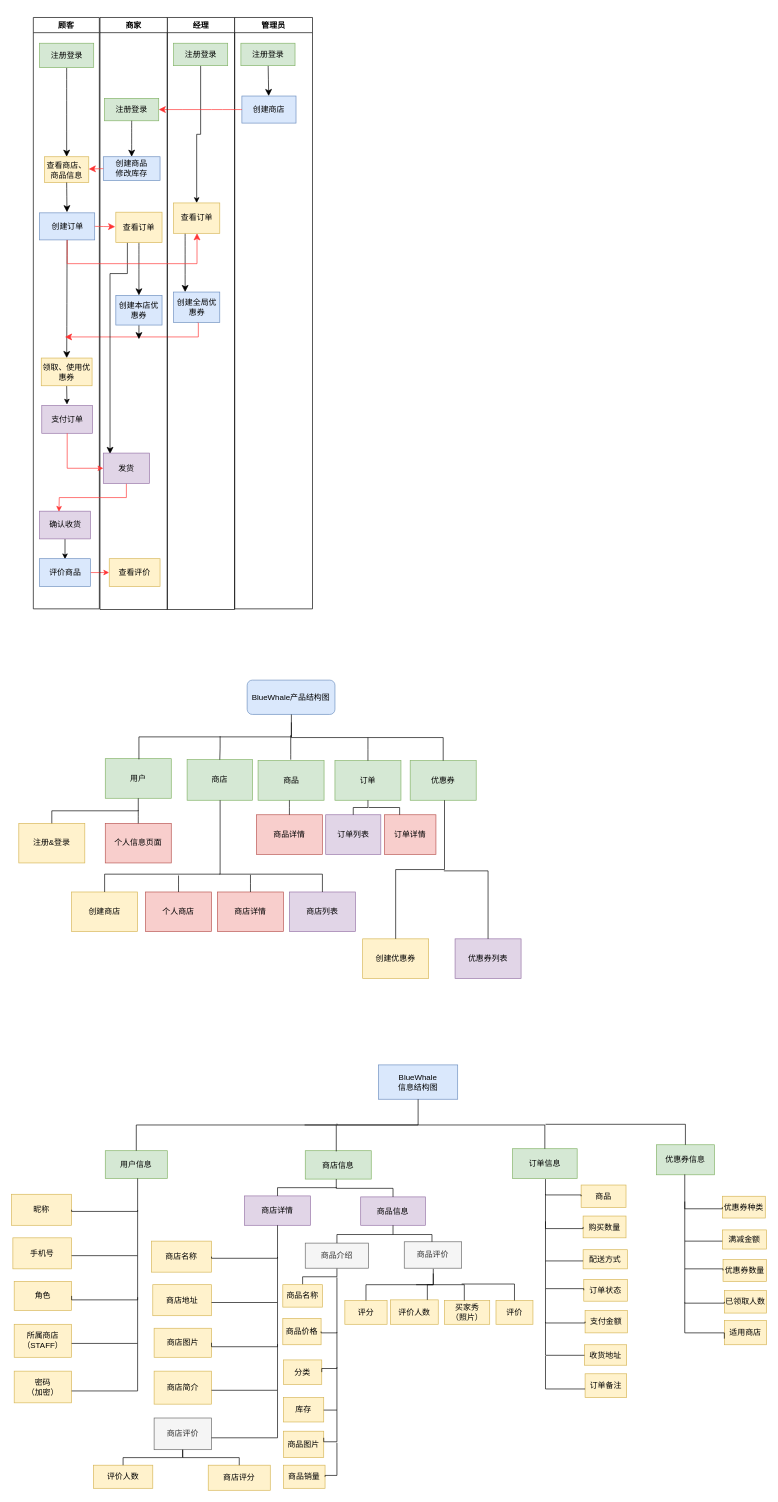
Before: hm.drawio in 2458469953/SE2_picture, a draw.io diagram. Source tidied: cells renumbered, new cells numbered last; positions are measured from the earlier drawing's top-left corner, leaving out a move shared by most shapes. Both pictures are drawn from the tidied source at 66%, with x=0, y=0 at pixel (11, 17).
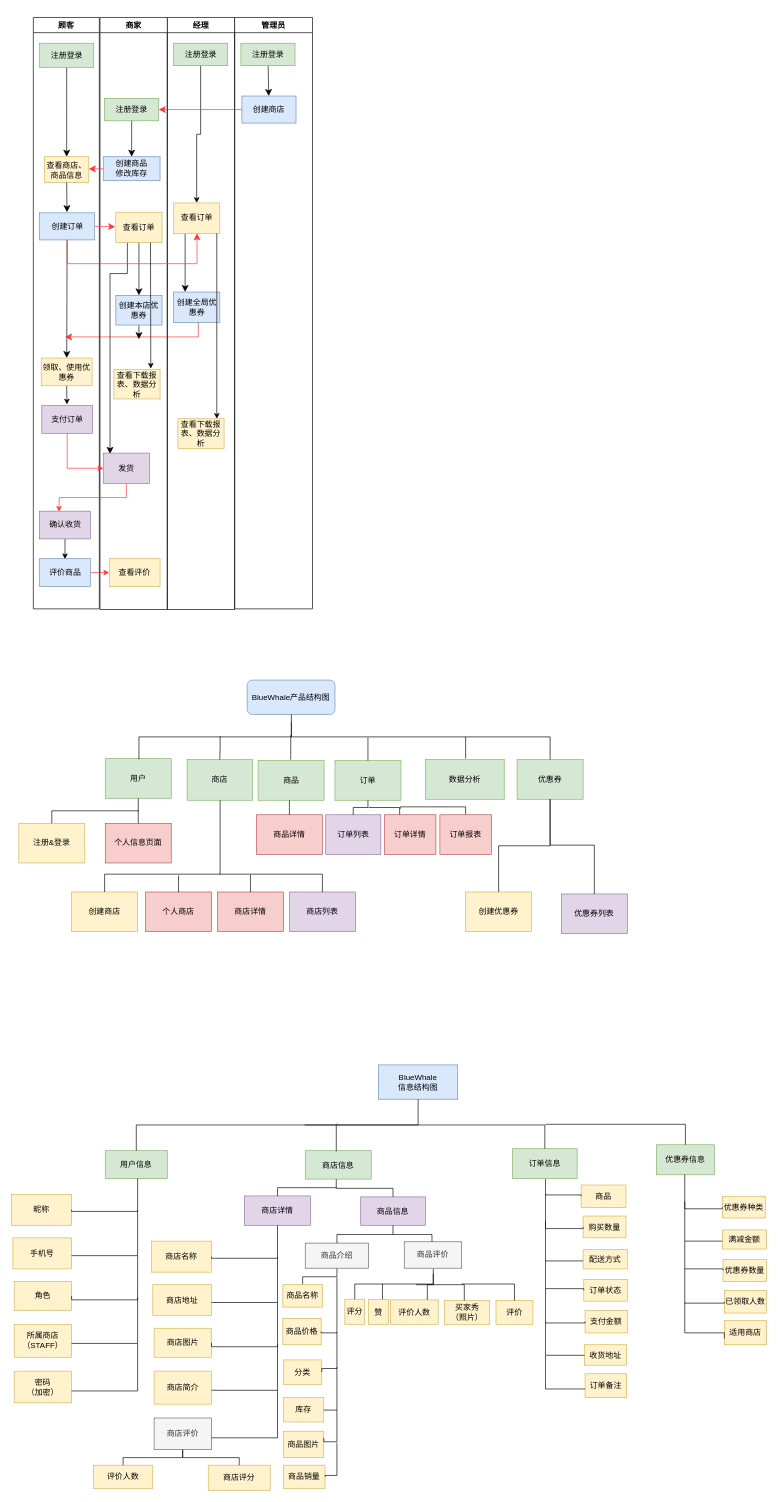
After the change.

The change refers to these unchanged cells:
```xml
<mxCell id="15" value="经理" style="swimlane;whiteSpace=wrap;html=1;" parent="1" vertex="1">
  <mxGeometry x="236" width="102" height="897" as="geometry" />
</mxCell>
<mxCell id="28" value="商家" style="swimlane;whiteSpace=wrap;html=1;" parent="1" vertex="1">
  <mxGeometry x="134" width="102" height="897" as="geometry" />
</mxCell>
<mxCell id="34" value="查看订单" style="rounded=0;whiteSpace=wrap;html=1;fillColor=#fff2cc;strokeColor=#d6b656;" parent="28" vertex="1">
  <mxGeometry x="24" y="295" width="70" height="46" as="geometry" />
</mxCell>
```

Change to the diagram source:
```diff
@@
+    <mxCell id="165" style="endArrow=classic;html=1;rounded=0;exitX=0.75;exitY=1;exitDx=0;exitDy=0;" parent="15" edge="1">
+      <mxGeometry relative="1" as="geometry">
+        <mxPoint x="75" y="327" as="sourcePoint" />
+        <mxPoint x="75" y="608" as="targetPoint" />
+      </mxGeometry>
+    </mxCell>
+    <mxCell id="166" value="查看下载报表、数据分析" style="rounded=0;whiteSpace=wrap;html=1;fillColor=#fff2cc;strokeColor=#d6b656;" parent="15" vertex="1">
+      <mxGeometry x="16" y="608" width="70" height="45" as="geometry" />
+    </mxCell>
@@
+    <mxCell id="167" value="查看下载报表、数据分析" style="rounded=0;whiteSpace=wrap;html=1;fillColor=#fff2cc;strokeColor=#d6b656;" parent="28" vertex="1">
+      <mxGeometry x="21" y="533" width="70" height="45" as="geometry" />
+    </mxCell>
@@
     <mxCell id="46" value="优惠券" style="whiteSpace=wrap;html=1;align=center;verticalAlign=middle;newEdgeStyle={&quot;edgeStyle&quot;:&quot;elbowEdgeStyle&quot;,&quot;startArrow&quot;:&quot;none&quot;,&quot;endArrow&quot;:&quot;none&quot;};fillColor=#d5e8d4;strokeColor=#82b366;" parent="1" vertex="1">
-      <mxGeometry x="604" y="1126" width="100" height="60" as="geometry" />
+      <mxGeometry x="766" y="1124.5" width="100" height="60" as="geometry" />
     </mxCell>
@@
     <mxCell id="74" value="创建优惠券" style="whiteSpace=wrap;html=1;align=center;verticalAlign=middle;newEdgeStyle={&quot;edgeStyle&quot;:&quot;elbowEdgeStyle&quot;,&quot;startArrow&quot;:&quot;none&quot;,&quot;endArrow&quot;:&quot;none&quot;};fillColor=#fff2cc;strokeColor=#d6b656;" parent="1" vertex="1">
-      <mxGeometry x="532" y="1396" width="100" height="60" as="geometry" />
+      <mxGeometry x="688" y="1325" width="100" height="60" as="geometry" />
     </mxCell>
-    <mxCell id="75" style="edgeStyle=elbowEdgeStyle;elbow=vertical;sourcePerimeterSpacing=0;targetPerimeterSpacing=0;startArrow=none;endArrow=none;rounded=0;curved=0;" parent="1" edge="1" target="74">
-      <mxGeometry relative="1" as="geometry">
-        <mxPoint x="656" y="1186" as="sourcePoint" />
-      </mxGeometry>
+    <mxCell id="75" style="edgeStyle=elbowEdgeStyle;elbow=vertical;sourcePerimeterSpacing=0;targetPerimeterSpacing=0;startArrow=none;endArrow=none;rounded=0;curved=0;exitX=0.5;exitY=1;exitDx=0;exitDy=0;" parent="1" edge="1" source="46" target="74">
+      <mxGeometry relative="1" as="geometry" />
     </mxCell>
     <mxCell id="76" value="优惠券列表" style="whiteSpace=wrap;html=1;align=center;verticalAlign=middle;newEdgeStyle={&quot;edgeStyle&quot;:&quot;elbowEdgeStyle&quot;,&quot;startArrow&quot;:&quot;none&quot;,&quot;endArrow&quot;:&quot;none&quot;};fillColor=#e1d5e7;strokeColor=#9673a6;" parent="1" vertex="1">
-      <mxGeometry x="672" y="1396" width="100" height="60" as="geometry" />
+      <mxGeometry x="833" y="1328" width="100" height="60" as="geometry" />
     </mxCell>
-    <mxCell id="77" style="edgeStyle=elbowEdgeStyle;elbow=vertical;sourcePerimeterSpacing=0;targetPerimeterSpacing=0;startArrow=none;endArrow=none;rounded=0;curved=0;entryX=0.5;entryY=0;entryDx=0;entryDy=0;" parent="1" edge="1" target="76">
+    <mxCell id="77" style="edgeStyle=elbowEdgeStyle;elbow=vertical;sourcePerimeterSpacing=0;targetPerimeterSpacing=0;startArrow=none;endArrow=none;rounded=0;curved=0;entryX=0.5;entryY=0;entryDx=0;entryDy=0;exitX=0.5;exitY=1;exitDx=0;exitDy=0;" parent="1" edge="1" source="46" target="76">
       <mxGeometry relative="1" as="geometry">
-        <mxPoint x="655" y="1293" as="sourcePoint" />
         <Array as="points">
-          <mxPoint x="702" y="1293" />
+          <mxPoint x="832" y="1254" />
         </Array>
       </mxGeometry>
     </mxCell>
@@
     <mxCell id="127" value="评分" style="whiteSpace=wrap;html=1;align=center;verticalAlign=middle;newEdgeStyle={&quot;edgeStyle&quot;:&quot;elbowEdgeStyle&quot;,&quot;startArrow&quot;:&quot;none&quot;,&quot;endArrow&quot;:&quot;none&quot;};fillColor=#fff2cc;strokeColor=#d6b656;" parent="1" vertex="1">
-      <mxGeometry x="505" y="1944" width="64" height="36" as="geometry" />
+      <mxGeometry x="505" y="1942" width="30" height="38" as="geometry" />
     </mxCell>
@@
+    <mxCell id="168" style="endArrow=none;html=1;rounded=0;edgeStyle=orthogonalEdgeStyle;exitX=0.5;exitY=0;exitDx=0;exitDy=0;" parent="1" edge="1" source="169">
+      <mxGeometry relative="1" as="geometry">
+        <mxPoint x="589" y="1199" as="targetPoint" />
+        <Array as="points">
+          <mxPoint x="688" y="1196" />
+          <mxPoint x="589" y="1196" />
+        </Array>
+      </mxGeometry>
+    </mxCell>
+    <mxCell id="169" value="订单报表" style="whiteSpace=wrap;html=1;align=center;verticalAlign=middle;newEdgeStyle={&quot;edgeStyle&quot;:&quot;elbowEdgeStyle&quot;,&quot;startArrow&quot;:&quot;none&quot;,&quot;endArrow&quot;:&quot;none&quot;};fillColor=#f8cecc;strokeColor=#b85450;" parent="1" vertex="1">
+      <mxGeometry x="649" y="1208" width="78" height="60" as="geometry" />
+    </mxCell>
+    <mxCell id="170" style="endArrow=none;html=1;rounded=0;" parent="1" edge="1">
+      <mxGeometry relative="1" as="geometry">
+        <mxPoint x="688" y="1123" as="sourcePoint" />
+        <mxPoint x="688" y="1090" as="targetPoint" />
+      </mxGeometry>
+    </mxCell>
+    <mxCell id="171" value="数据分析" style="whiteSpace=wrap;html=1;align=center;verticalAlign=middle;newEdgeStyle={&quot;edgeStyle&quot;:&quot;elbowEdgeStyle&quot;,&quot;startArrow&quot;:&quot;none&quot;,&quot;endArrow&quot;:&quot;none&quot;};fillColor=#d5e8d4;strokeColor=#82b366;" parent="1" vertex="1">
+      <mxGeometry x="627" y="1124.5" width="119.5" height="60" as="geometry" />
+    </mxCell>
+    <mxCell id="172" style="endArrow=none;html=1;rounded=0;" parent="1" edge="1">
+      <mxGeometry relative="1" as="geometry">
+        <mxPoint x="562" y="1944" as="sourcePoint" />
+        <mxPoint x="562" y="1919" as="targetPoint" />
+      </mxGeometry>
+    </mxCell>
+    <mxCell id="173" value="赞" style="whiteSpace=wrap;html=1;align=center;verticalAlign=middle;newEdgeStyle={&quot;edgeStyle&quot;:&quot;elbowEdgeStyle&quot;,&quot;startArrow&quot;:&quot;none&quot;,&quot;endArrow&quot;:&quot;none&quot;};fillColor=#fff2cc;strokeColor=#d6b656;" parent="1" vertex="1">
+      <mxGeometry x="541" y="1942.5" width="30" height="38" as="geometry" />
+    </mxCell>
+    <mxCell id="174" style="endArrow=classic;html=1;rounded=0;exitX=0.75;exitY=1;exitDx=0;exitDy=0;" parent="1" edge="1" source="34">
+      <mxGeometry relative="1" as="geometry">
+        <mxPoint x="211" y="532" as="targetPoint" />
+      </mxGeometry>
+    </mxCell>
```
